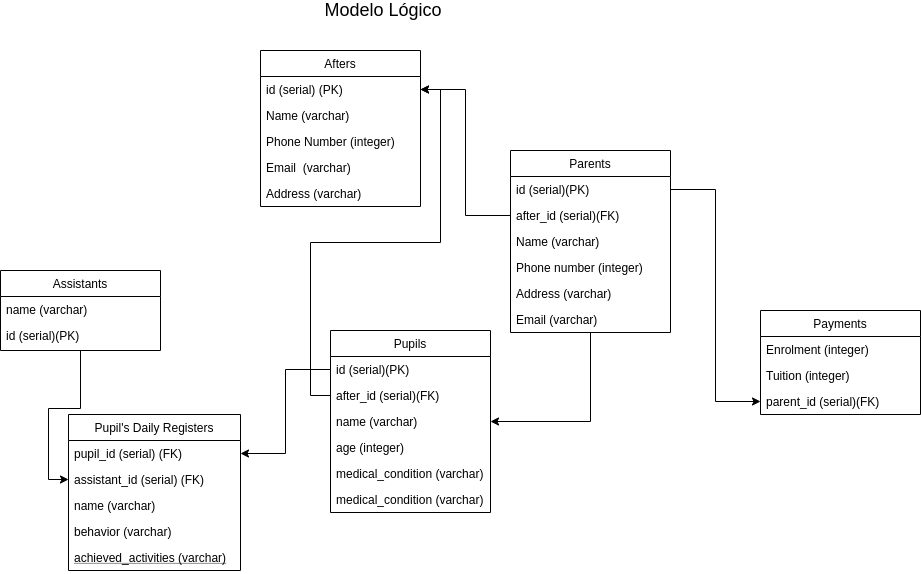
Above: logic_diagram.png in jonathan-mdl/after_school (draw.io), before the change. Source tidied: cells renumbered, new cells last; positions are measured from the earlier drawing's top-left corner, leaving out a move shared by most shapes.
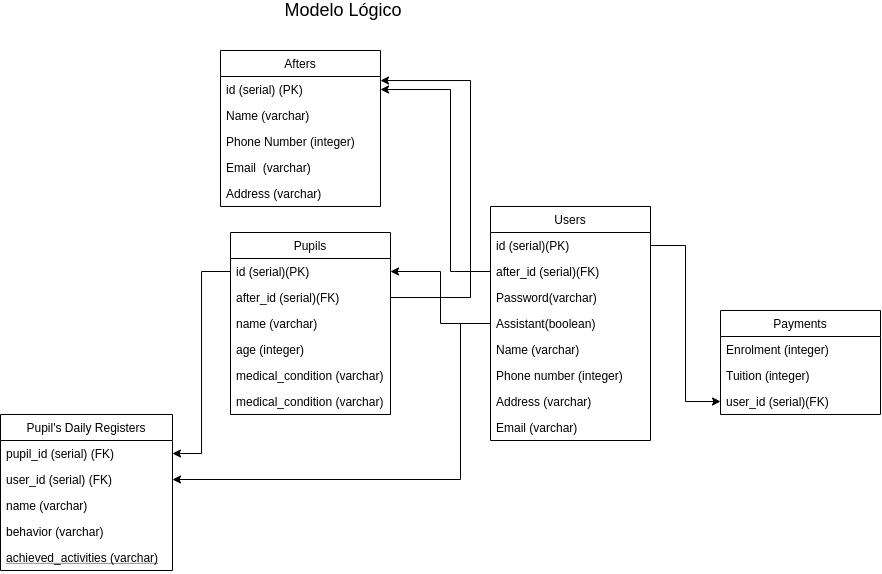
After the commit.

Commit message:
name address phone added to users plus parents deleted

Diff of the diagram source:
```diff
@@ -24,7 +24,7 @@
       <mxGeometry relative="1" as="geometry" />
     </mxCell>
     <mxCell id="9" value="Pupils" style="swimlane;fontStyle=0;align=center;verticalAlign=top;horizontal=1;startSize=26;rounded=0;shadow=0;strokeWidth=1;" parent="1" vertex="1">
-      <mxGeometry x="330" y="330" width="160" height="182" as="geometry" />
+      <mxGeometry x="270" y="232" width="160" height="182" as="geometry" />
     </mxCell>
     <mxCell id="10" value="id (serial)(PK)" style="text;align=left;verticalAlign=top;spacingLeft=4;spacingRight=4;overflow=hidden;points=[[0,0.5],[1,0.5]];portConstraint=eastwest;rounded=0;shadow=0;html=0;" parent="9" vertex="1">
       <mxGeometry y="26" width="160" height="26" as="geometry" />
@@ -45,12 +45,12 @@
       <mxGeometry y="156" width="160" height="26" as="geometry" />
     </mxCell>
     <mxCell id="16" value="Pupil's Daily Registers" style="swimlane;fontStyle=0;align=center;verticalAlign=top;horizontal=1;startSize=26;rounded=0;shadow=0;strokeWidth=1;" parent="1" vertex="1">
-      <mxGeometry x="68" y="414" width="172" height="156" as="geometry" />
+      <mxGeometry x="40" y="414" width="172" height="156" as="geometry" />
     </mxCell>
     <mxCell id="17" value="pupil_id (serial) (FK)" style="text;align=left;verticalAlign=top;spacingLeft=4;spacingRight=4;overflow=hidden;points=[[0,0.5],[1,0.5]];portConstraint=eastwest;rounded=0;shadow=0;html=0;" parent="16" vertex="1">
       <mxGeometry y="26" width="172" height="26" as="geometry" />
     </mxCell>
-    <mxCell id="18" value="assistant_id (serial) (FK)" style="text;align=left;verticalAlign=top;spacingLeft=4;spacingRight=4;overflow=hidden;points=[[0,0.5],[1,0.5]];portConstraint=eastwest;" parent="16" vertex="1">
+    <mxCell id="18" value="user_id (serial) (FK)" style="text;align=left;verticalAlign=top;spacingLeft=4;spacingRight=4;overflow=hidden;points=[[0,0.5],[1,0.5]];portConstraint=eastwest;" parent="16" vertex="1">
       <mxGeometry y="52" width="172" height="26" as="geometry" />
     </mxCell>
     <mxCell id="19" value="name (varchar)" style="text;align=left;verticalAlign=top;spacingLeft=4;spacingRight=4;overflow=hidden;" parent="16" vertex="1">
@@ -62,18 +62,6 @@
     <mxCell id="21" value="achieved_activities (varchar)" style="text;align=left;verticalAlign=top;spacingLeft=4;spacingRight=4;overflow=hidden;fontStyle=4;" parent="16" vertex="1">
       <mxGeometry y="130" width="172" height="26" as="geometry" />
     </mxCell>
-    <mxCell id="22" style="edgeStyle=orthogonalEdgeStyle;rounded=0;jettySize=auto;html=1;" parent="1" edge="1" source="23" target="18">
-      <mxGeometry relative="1" as="geometry" />
-    </mxCell>
-    <mxCell id="23" value="Assistants" style="swimlane;fontStyle=0;align=center;verticalAlign=top;horizontal=1;startSize=26;rounded=0;shadow=0;strokeWidth=1;" parent="1" vertex="1">
-      <mxGeometry y="270" width="160" height="80" as="geometry" />
-    </mxCell>
-    <mxCell id="24" value="name (varchar)" style="text;align=left;verticalAlign=top;spacingLeft=4;spacingRight=4;overflow=hidden;" parent="23" vertex="1">
-      <mxGeometry y="26" width="160" height="26" as="geometry" />
-    </mxCell>
-    <mxCell id="25" value="id (serial)(PK)" style="text;align=left;verticalAlign=top;spacingLeft=4;spacingRight=4;overflow=hidden;rounded=0;shadow=0;html=0;" parent="23" vertex="1">
-      <mxGeometry y="52" width="160" height="26" as="geometry" />
-    </mxCell>
     <mxCell id="26" value="Payments" style="swimlane;fontStyle=0;align=center;verticalAlign=top;horizontal=1;startSize=26;rounded=0;shadow=0;strokeWidth=1;" parent="1" vertex="1">
       <mxGeometry x="760" y="310" width="160" height="104" as="geometry" />
     </mxCell>
@@ -83,17 +71,17 @@
     <mxCell id="28" value="Tuition (integer)&#10;" style="text;align=left;verticalAlign=top;spacingLeft=4;spacingRight=4;overflow=hidden;rounded=0;shadow=0;html=0;" parent="26" vertex="1">
       <mxGeometry y="52" width="160" height="26" as="geometry" />
     </mxCell>
-    <mxCell id="29" value="parent_id (serial)(FK)" style="text;align=left;verticalAlign=top;spacingLeft=4;spacingRight=4;overflow=hidden;points=[[0,0.5],[1,0.5]];portConstraint=eastwest;rounded=0;shadow=0;html=0;" parent="26" vertex="1">
+    <mxCell id="29" value="user_id (serial)(FK)" style="text;align=left;verticalAlign=top;spacingLeft=4;spacingRight=4;overflow=hidden;points=[[0,0.5],[1,0.5]];portConstraint=eastwest;rounded=0;shadow=0;html=0;" parent="26" vertex="1">
       <mxGeometry y="78" width="160" height="26" as="geometry" />
     </mxCell>
-    <mxCell id="30" style="edgeStyle=orthogonalEdgeStyle;rounded=0;jettySize=auto;html=1;" parent="1" edge="1" source="32" target="12">
+    <mxCell id="30" style="edgeStyle=orthogonalEdgeStyle;rounded=0;jettySize=auto;html=1;" parent="1" edge="1" source="32" target="10">
       <mxGeometry relative="1" as="geometry" />
     </mxCell>
     <mxCell id="31" style="edgeStyle=orthogonalEdgeStyle;rounded=0;jettySize=auto;html=1;" parent="1" edge="1" source="33" target="29">
       <mxGeometry relative="1" as="geometry" />
     </mxCell>
-    <mxCell id="32" value="Parents" style="swimlane;fontStyle=0;align=center;verticalAlign=top;horizontal=1;startSize=26;rounded=0;shadow=0;strokeWidth=1;" parent="1" vertex="1">
-      <mxGeometry x="510" y="150" width="160" height="182" as="geometry" />
+    <mxCell id="32" value="Users" style="swimlane;fontStyle=0;align=center;verticalAlign=top;horizontal=1;startSize=26;rounded=0;shadow=0;strokeWidth=1;" parent="1" vertex="1">
+      <mxGeometry x="530" y="206" width="160" height="234" as="geometry" />
     </mxCell>
     <mxCell id="33" value="id (serial)(PK)" style="text;align=left;verticalAlign=top;spacingLeft=4;spacingRight=4;overflow=hidden;points=[[0,0.5],[1,0.5]];portConstraint=eastwest;rounded=0;shadow=0;html=0;" parent="32" vertex="1">
       <mxGeometry y="26" width="160" height="26" as="geometry" />
@@ -101,26 +89,50 @@
     <mxCell id="34" value="after_id (serial)(FK)" style="text;align=left;verticalAlign=top;spacingLeft=4;spacingRight=4;overflow=hidden;points=[[0,0.5],[1,0.5]];portConstraint=eastwest;rounded=0;shadow=0;html=0;" parent="32" vertex="1">
       <mxGeometry y="52" width="160" height="26" as="geometry" />
     </mxCell>
+    <mxCell id="42" value="Password(varchar)" style="text;align=left;verticalAlign=top;spacingLeft=4;spacingRight=4;overflow=hidden;rounded=0;shadow=0;html=0;" parent="32" vertex="1">
+      <mxGeometry y="78" width="160" height="26" as="geometry" />
+    </mxCell>
+    <mxCell id="43" value="Assistant(boolean)" style="text;align=left;verticalAlign=top;spacingLeft=4;spacingRight=4;overflow=hidden;points=[[0,0.5],[1,0.5]];portConstraint=eastwest;rounded=0;shadow=0;html=0;" parent="32" vertex="1">
+      <mxGeometry y="104" width="160" height="26" as="geometry" />
+    </mxCell>
     <mxCell id="35" value="Name (varchar)&#10;" style="text;align=left;verticalAlign=top;spacingLeft=4;spacingRight=4;overflow=hidden;rounded=0;shadow=0;html=0;" parent="32" vertex="1">
-      <mxGeometry y="78" width="160" height="26" as="geometry" />
+      <mxGeometry y="130" width="160" height="26" as="geometry" />
     </mxCell>
     <mxCell id="36" value="Phone number (integer)" style="text;align=left;verticalAlign=top;spacingLeft=4;spacingRight=4;overflow=hidden;rounded=0;shadow=0;html=0;" parent="32" vertex="1">
-      <mxGeometry y="104" width="160" height="26" as="geometry" />
+      <mxGeometry y="156" width="160" height="26" as="geometry" />
     </mxCell>
     <mxCell id="37" value="Address (varchar)" style="text;align=left;verticalAlign=top;spacingLeft=4;spacingRight=4;overflow=hidden;" parent="32" vertex="1">
-      <mxGeometry y="130" width="160" height="26" as="geometry" />
+      <mxGeometry y="182" width="160" height="26" as="geometry" />
     </mxCell>
     <mxCell id="38" value="Email (varchar)" style="text;align=left;verticalAlign=top;spacingLeft=4;spacingRight=4;overflow=hidden;" parent="32" vertex="1">
-      <mxGeometry y="156" width="160" height="26" as="geometry" />
+      <mxGeometry y="208" width="160" height="26" as="geometry" />
     </mxCell>
     <mxCell id="39" value="&lt;font style=&quot;font-size: 18px&quot;&gt;Modelo Lógico&lt;/font&gt;" style="text;html=1;strokeColor=none;fillColor=none;align=center;verticalAlign=middle;whiteSpace=wrap;rounded=0;" parent="1" vertex="1">
       <mxGeometry x="228" width="310" height="20" as="geometry" />
     </mxCell>
     <mxCell id="40" style="edgeStyle=orthogonalEdgeStyle;rounded=0;jettySize=auto;html=1;" parent="1" edge="1" source="34" target="3">
-      <mxGeometry relative="1" as="geometry" />
+      <mxGeometry relative="1" as="geometry">
+        <Array as="points">
+          <mxPoint x="490" y="271" />
+          <mxPoint x="490" y="89" />
+        </Array>
+      </mxGeometry>
     </mxCell>
+    <mxCell id="44" style="edgeStyle=orthogonalEdgeStyle;rounded=0;jettySize=auto;html=1;" parent="1" edge="1" source="43" target="18">
+      <mxGeometry relative="1" as="geometry">
+        <Array as="points">
+          <mxPoint x="500" y="323" />
+          <mxPoint x="500" y="479" />
+        </Array>
+      </mxGeometry>
+    </mxCell>
     <mxCell id="41" style="edgeStyle=orthogonalEdgeStyle;rounded=0;jettySize=auto;html=1;" parent="1" edge="1" source="11" target="3">
-      <mxGeometry relative="1" as="geometry" />
+      <mxGeometry relative="1" as="geometry">
+        <Array as="points">
+          <mxPoint x="510" y="297" />
+          <mxPoint x="510" y="80" />
+        </Array>
+      </mxGeometry>
     </mxCell>
   </root>
 </mxGraphModel>
```
